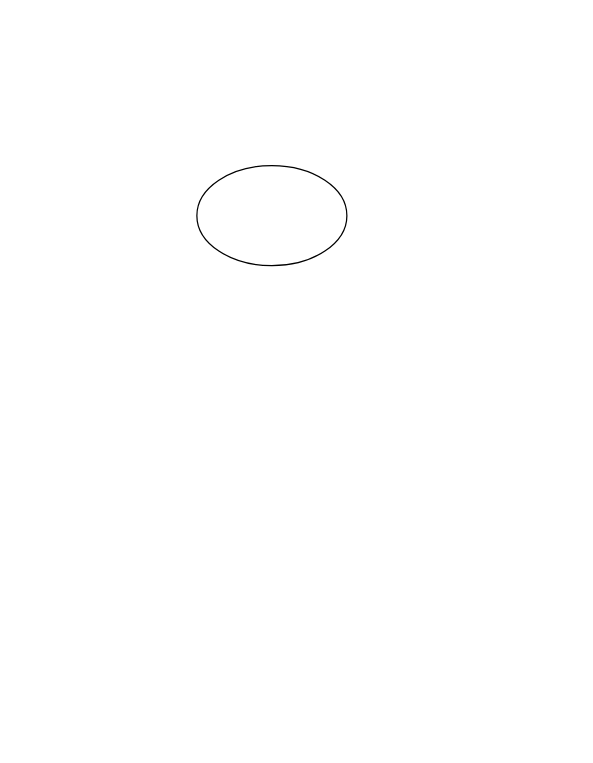
This is C#/Lesson_001/Home_task_001/Algorithm_01.drawio from sracivanov/C-, a draw.io file, before an edit. Source tidied: cells renumbered, new cells numbered last; positions are measured from the earlier drawing's top-left corner, leaving out a move shared by most shapes. Both pictures are drawn from the tidied source at 125%, with x=0, y=0 at pixel (196, 165).
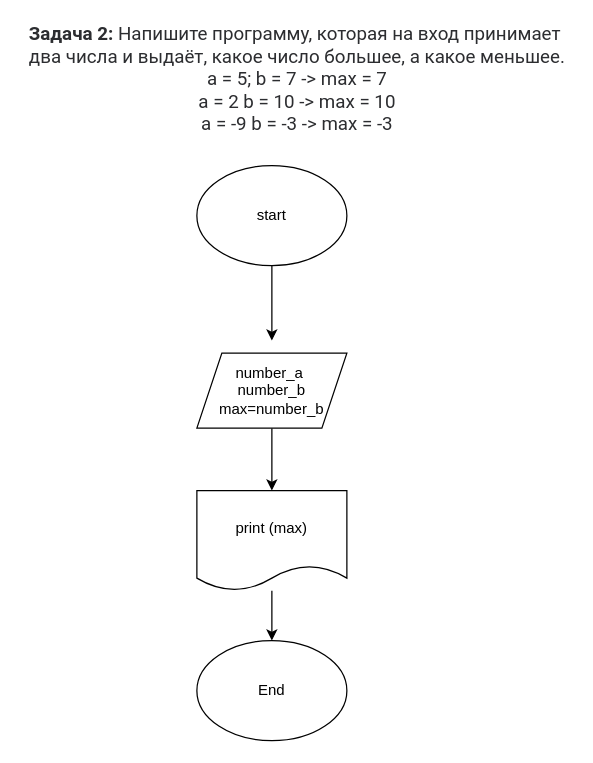
After the change.

Commit message:
Add scheme algorithm

The edit, as a diff of the source:
```diff
@@
 <mxGraphModel>
   <root>
     <mxCell id="0" />
     <mxCell id="1" parent="0" />
+    <mxCell id="3" style="edgeStyle=none;html=1;" parent="1" edge="1" source="2">
+      <mxGeometry relative="1" as="geometry">
+        <mxPoint x="60" y="140" as="targetPoint" />
+      </mxGeometry>
+    </mxCell>
-    <mxCell id="2" style="ellipse;whiteSpace=wrap;html=1;" parent="1" vertex="1">
+    <mxCell id="2" value="start" style="ellipse;whiteSpace=wrap;html=1;" parent="1" vertex="1">
       <mxGeometry width="120" height="80" as="geometry" />
     </mxCell>
+    <mxCell id="4" value="&lt;p style=&quot;box-sizing: border-box ; margin: 0px ; color: rgb(44 , 45 , 48) ; font-family: &amp;#34;roboto&amp;#34; , &amp;#34;san francisco&amp;#34; , &amp;#34;helvetica neue&amp;#34; , &amp;#34;helvetica&amp;#34; , &amp;#34;arial&amp;#34; ; font-size: 15px ; background-color: rgb(255 , 255 , 255)&quot;&gt;&lt;span style=&quot;box-sizing: border-box ; font-weight: 700&quot;&gt;Задача 2:&lt;/span&gt;&amp;nbsp;Напишите программу, которая на вход принимает&amp;nbsp;&lt;/p&gt;&lt;p style=&quot;box-sizing: border-box ; margin: 0px ; color: rgb(44 , 45 , 48) ; font-family: &amp;#34;roboto&amp;#34; , &amp;#34;san francisco&amp;#34; , &amp;#34;helvetica neue&amp;#34; , &amp;#34;helvetica&amp;#34; , &amp;#34;arial&amp;#34; ; font-size: 15px ; background-color: rgb(255 , 255 , 255)&quot;&gt;два числа и выдаёт, какое число большее, а какое меньшее.&lt;/p&gt;&lt;p style=&quot;box-sizing: border-box ; margin: 0px ; color: rgb(44 , 45 , 48) ; font-family: &amp;#34;roboto&amp;#34; , &amp;#34;san francisco&amp;#34; , &amp;#34;helvetica neue&amp;#34; , &amp;#34;helvetica&amp;#34; , &amp;#34;arial&amp;#34; ; font-size: 15px ; background-color: rgb(255 , 255 , 255)&quot;&gt;a = 5; b = 7 -&amp;gt; max = 7&lt;br style=&quot;box-sizing: border-box&quot;&gt;a = 2 b = 10 -&amp;gt; max = 10&lt;br style=&quot;box-sizing: border-box&quot;&gt;a = -9 b = -3 -&amp;gt; max = -3&lt;/p&gt;" style="text;html=1;align=center;verticalAlign=middle;strokeColor=none;fillColor=none;" parent="1" vertex="1">
+      <mxGeometry x="-140" y="-110" width="440" height="80" as="geometry" />
+    </mxCell>
+    <mxCell id="5" style="edgeStyle=none;html=1;" parent="1" edge="1" source="6">
+      <mxGeometry relative="1" as="geometry">
+        <mxPoint x="60" y="260" as="targetPoint" />
+      </mxGeometry>
+    </mxCell>
+    <mxCell id="6" value="number_a&amp;nbsp;&lt;br&gt;number_b&lt;br&gt;max=number_b" style="shape=parallelogram;perimeter=parallelogramPerimeter;whiteSpace=wrap;html=1;fixedSize=1;" parent="1" vertex="1">
+      <mxGeometry y="150" width="120" height="60" as="geometry" />
+    </mxCell>
+    <mxCell id="7" style="edgeStyle=none;html=1;" parent="1" edge="1" source="8">
+      <mxGeometry relative="1" as="geometry">
+        <mxPoint x="60" y="380" as="targetPoint" />
+      </mxGeometry>
+    </mxCell>
+    <mxCell id="8" value="print (max)" style="shape=document;whiteSpace=wrap;html=1;boundedLbl=1;size=0.24999999999999858;" parent="1" vertex="1">
+      <mxGeometry y="260" width="120" height="80" as="geometry" />
+    </mxCell>
+    <mxCell id="9" value="End" style="ellipse;whiteSpace=wrap;html=1;" parent="1" vertex="1">
+      <mxGeometry y="380" width="120" height="80" as="geometry" />
+    </mxCell>
   </root>
 </mxGraphModel>
```
